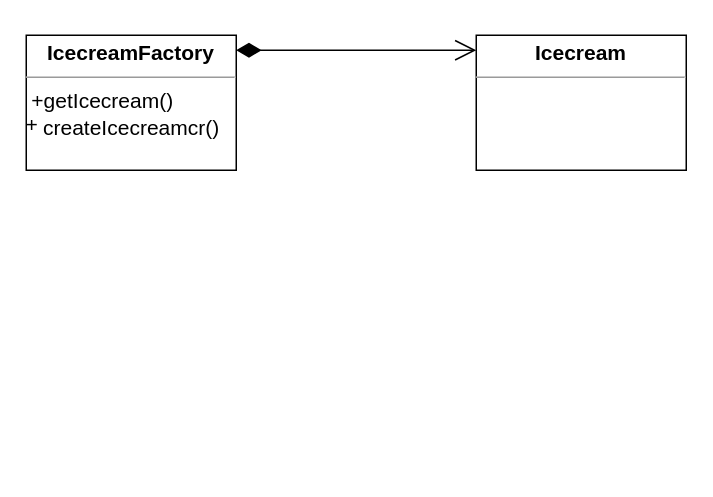
MaksShadows/Patterns keeps this draw.io diagram as structural/flyweight/flyweight.drawio. Above is the earlier version. Source tidied: cells renumbered, new cells numbered last; positions are measured from the earlier drawing's top-left corner, leaving out a move shared by most shapes. Both pictures are drawn from the tidied source at 150%, with x=0, y=0 at pixel (26, 34).
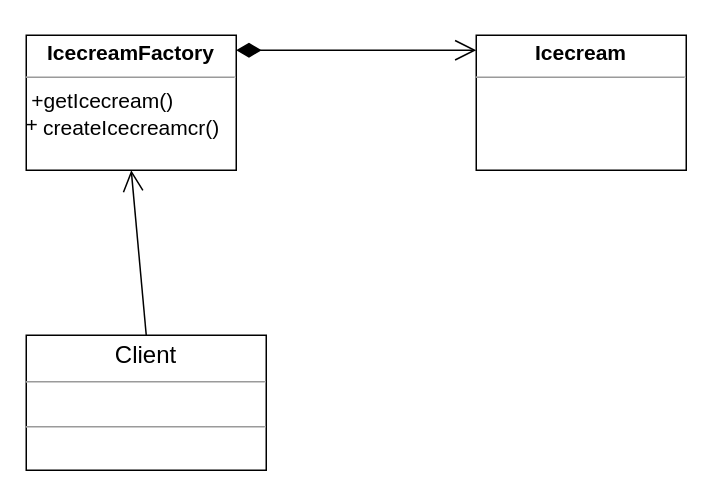
Above is the later version.

Change to the diagram source:
```diff
@@
 <mxGraphModel>
   <root>
     <mxCell id="0" />
     <mxCell id="1" parent="0" />
     <mxCell id="2" value="&lt;p style=&quot;margin: 4px 0px 0px ; text-align: center ; font-size: 14px&quot;&gt;&lt;b&gt;&lt;font style=&quot;font-size: 14px&quot;&gt;IcecreamFactory&lt;/font&gt;&lt;/b&gt;&lt;/p&gt;&lt;hr size=&quot;1&quot; style=&quot;font-size: 14px&quot;&gt;&lt;div style=&quot;height: 2px&quot;&gt;&lt;font style=&quot;font-size: 14px&quot;&gt;&amp;nbsp;+getIcecream()&lt;/font&gt;&lt;/div&gt;&lt;div style=&quot;height: 2px&quot;&gt;&lt;font style=&quot;font-size: 14px&quot;&gt;&lt;br&gt;&lt;/font&gt;&lt;/div&gt;&lt;div style=&quot;height: 2px&quot;&gt;&lt;font style=&quot;font-size: 14px&quot;&gt;&lt;br&gt;&lt;/font&gt;&lt;/div&gt;&lt;div style=&quot;height: 2px&quot;&gt;&lt;font style=&quot;font-size: 14px&quot;&gt;&lt;br&gt;&lt;/font&gt;&lt;/div&gt;&lt;div style=&quot;height: 2px&quot;&gt;&lt;font style=&quot;font-size: 14px&quot;&gt;&lt;br&gt;&lt;/font&gt;&lt;/div&gt;&lt;div style=&quot;height: 2px&quot;&gt;&lt;br&gt;&lt;/div&gt;&lt;div style=&quot;height: 2px&quot;&gt;&lt;br&gt;&lt;/div&gt;&lt;div style=&quot;height: 2px&quot;&gt;&lt;span style=&quot;font-size: 14px&quot;&gt;&lt;br&gt;&lt;/span&gt;&lt;/div&gt;&lt;div style=&quot;height: 2px&quot;&gt;&lt;span style=&quot;font-size: 14px&quot;&gt;+&lt;/span&gt;&lt;/div&gt;&lt;span style=&quot;font-size: 14px&quot;&gt;&amp;nbsp; &amp;nbsp;createIcecreamcr()&lt;/span&gt;" style="verticalAlign=top;align=left;overflow=fill;fontSize=12;fontFamily=Helvetica;html=1;" parent="1" vertex="1">
       <mxGeometry width="140" height="90" as="geometry" />
     </mxCell>
     <mxCell id="3" style="endArrow=open;html=1;endSize=12;startArrow=diamondThin;startSize=14;startFill=1;edgeStyle=orthogonalEdgeStyle;align=left;verticalAlign=bottom;" parent="1" edge="1">
       <mxGeometry x="-0.75" y="40" relative="1" as="geometry">
         <mxPoint x="140" y="10" as="sourcePoint" />
         <mxPoint x="300" y="10" as="targetPoint" />
       </mxGeometry>
     </mxCell>
     <mxCell id="4" value="&lt;p style=&quot;margin: 4px 0px 0px ; text-align: center ; font-size: 14px&quot;&gt;&lt;b&gt;&lt;font style=&quot;font-size: 14px&quot;&gt;Icecream&lt;/font&gt;&lt;/b&gt;&lt;/p&gt;&lt;hr size=&quot;1&quot; style=&quot;font-size: 14px&quot;&gt;&lt;div style=&quot;height: 2px&quot;&gt;&lt;font style=&quot;font-size: 14px&quot;&gt;&amp;nbsp;&lt;/font&gt;&lt;/div&gt;&lt;div style=&quot;height: 2px&quot;&gt;&lt;br&gt;&lt;/div&gt;&lt;div style=&quot;height: 2px&quot;&gt;&lt;font style=&quot;font-size: 14px&quot;&gt;&lt;br&gt;&lt;/font&gt;&lt;/div&gt;&lt;div style=&quot;height: 2px&quot;&gt;&lt;font style=&quot;font-size: 14px&quot;&gt;&lt;br&gt;&lt;/font&gt;&lt;/div&gt;&lt;div style=&quot;height: 2px&quot;&gt;&lt;br&gt;&lt;/div&gt;&lt;div style=&quot;height: 2px&quot;&gt;&lt;br&gt;&lt;/div&gt;&lt;div style=&quot;height: 2px&quot;&gt;&lt;span style=&quot;font-size: 14px&quot;&gt;&lt;br&gt;&lt;/span&gt;&lt;/div&gt;&lt;div style=&quot;height: 2px&quot;&gt;&lt;br&gt;&lt;/div&gt;" style="verticalAlign=top;align=left;overflow=fill;fontSize=12;fontFamily=Helvetica;html=1;" parent="1" vertex="1">
       <mxGeometry x="300" width="140" height="90" as="geometry" />
     </mxCell>
+    <mxCell id="5" value="&lt;p style=&quot;text-align: center ; margin: 4px 0px 0px ; font-size: 16px&quot;&gt;&lt;font style=&quot;font-size: 16px&quot;&gt;Client&lt;/font&gt;&lt;/p&gt;&lt;hr size=&quot;1&quot; style=&quot;text-align: justify ; font-size: 16px&quot;&gt;&lt;p style=&quot;text-align: justify ; margin: 0px 0px 0px 4px&quot;&gt;&lt;br&gt;&lt;/p&gt;&lt;hr size=&quot;1&quot; style=&quot;text-align: justify&quot;&gt;&lt;p style=&quot;text-align: justify ; margin: 0px 0px 0px 4px&quot;&gt;&lt;br&gt;&lt;/p&gt;" style="verticalAlign=top;align=left;overflow=fill;fontSize=12;fontFamily=Helvetica;html=1;" parent="1" vertex="1">
+      <mxGeometry y="200" width="160" height="90" as="geometry" />
+    </mxCell>
+    <mxCell id="6" style="endArrow=open;endFill=1;endSize=12;html=1;exitX=0.5;exitY=0;exitDx=0;exitDy=0;entryX=0.5;entryY=1;entryDx=0;entryDy=0;" parent="1" edge="1" source="5" target="2">
+      <mxGeometry relative="1" as="geometry" />
+    </mxCell>
   </root>
 </mxGraphModel>
```
